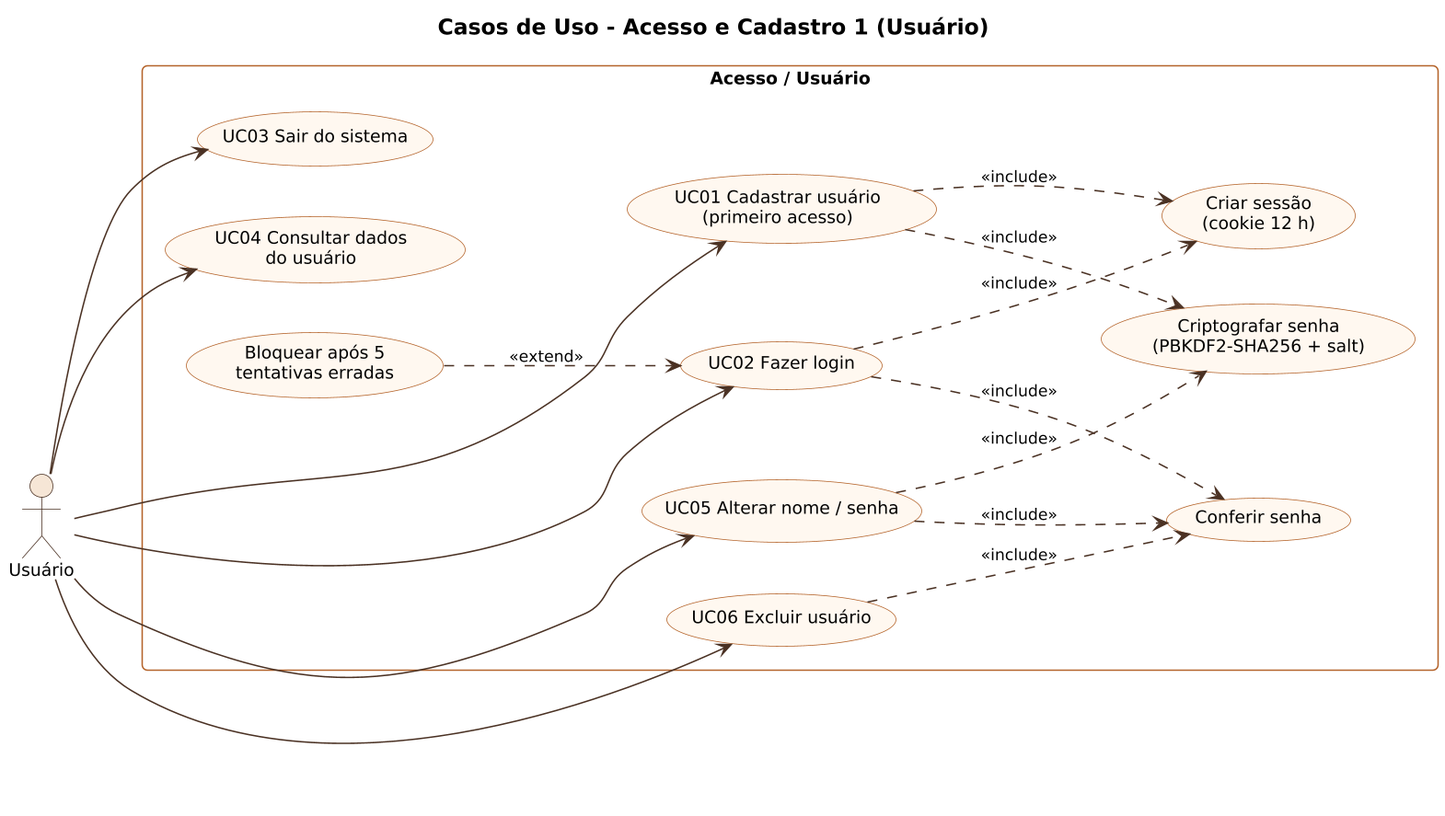
Hallff/ConfeitaSys keeps this PlantUML diagram as docs/diagramas/png/01b_casos_de_uso_acesso_usuario.png. Above is the earlier version. Its diagram source:
```plantuml
@startuml
!include _estilo.iuml
title Casos de Uso - Acesso e Cadastro 1 (Usuário)
left to right direction
actor "Usuário" as U
rectangle "Acesso / Usuário" {
  usecase "UC01 Cadastrar usuário\n(primeiro acesso)" as UC01
  usecase "UC02 Fazer login" as UC02
  usecase "UC03 Sair do sistema" as UC03
  usecase "UC04 Consultar dados\ndo usuário" as UC04
  usecase "UC05 Alterar nome / senha" as UC05
  usecase "UC06 Excluir usuário" as UC06
  usecase "Criptografar senha\n(PBKDF2-SHA256 + salt)" as CRIP
  usecase "Conferir senha" as CONF
  usecase "Bloquear após 5\ntentativas erradas" as BLOQ
  usecase "Criar sessão\n(cookie 12 h)" as SES
}
U --> UC01
U --> UC02
U --> UC03
U --> UC04
U --> UC05
U --> UC06
UC01 ..> CRIP : <<include>>
UC01 ..> SES : <<include>>
UC02 ..> CONF : <<include>>
UC02 ..> SES : <<include>>
BLOQ ..> UC02 : <<extend>>
UC05 ..> CONF : <<include>>
UC05 ..> CRIP : <<include>>
UC06 ..> CONF : <<include>>
@enduml
```
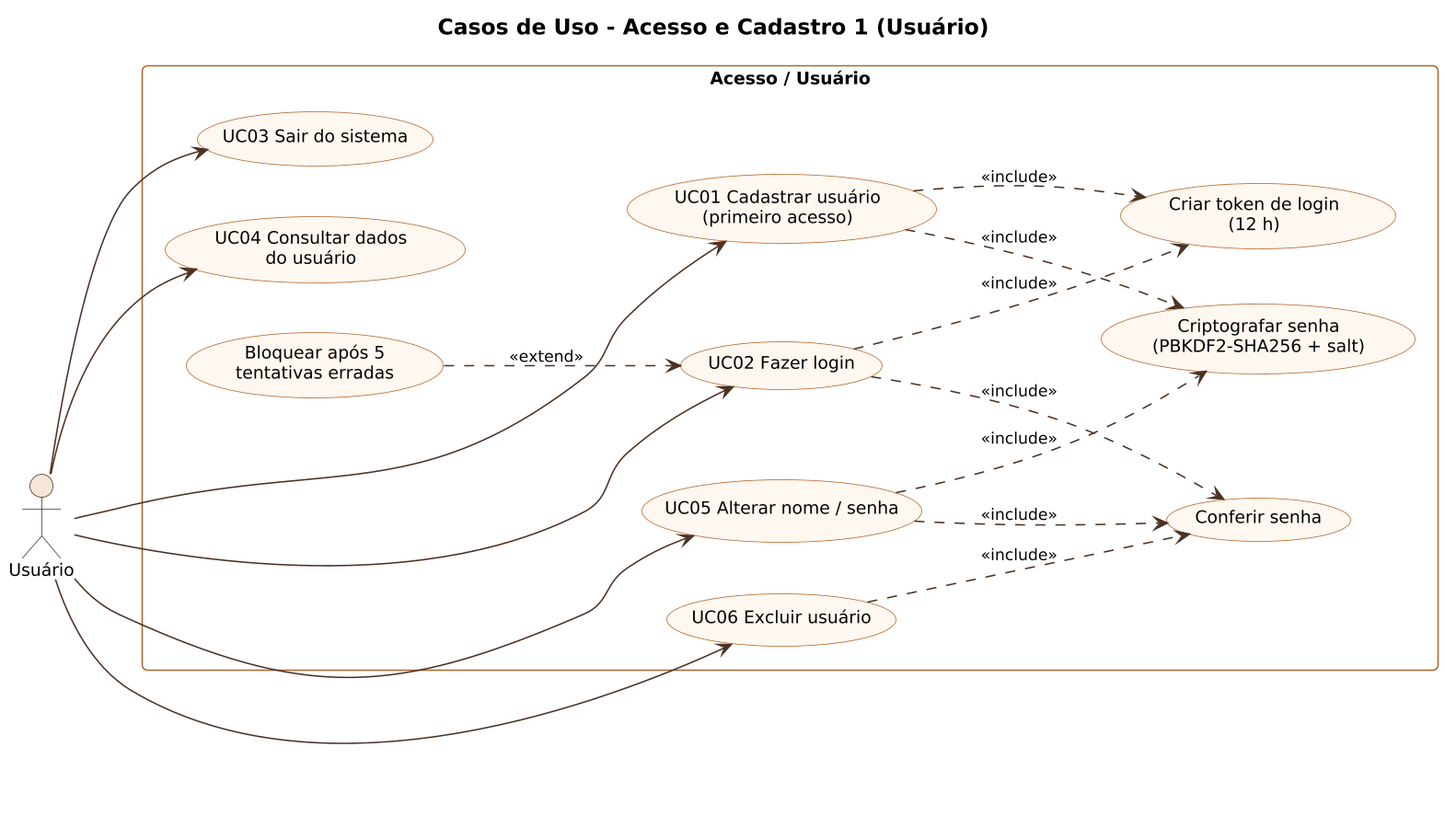
The same diagram one commit later.

The edit, as a diff of the source:
```diff
@@ -13,7 +13,7 @@
   usecase "Criptografar senha\n(PBKDF2-SHA256 + salt)" as CRIP
   usecase "Conferir senha" as CONF
   usecase "Bloquear após 5\ntentativas erradas" as BLOQ
-  usecase "Criar sessão\n(cookie 12 h)" as SES
+  usecase "Criar token de login\n(12 h)" as SES
 }
 U --> UC01
 U --> UC02
```
